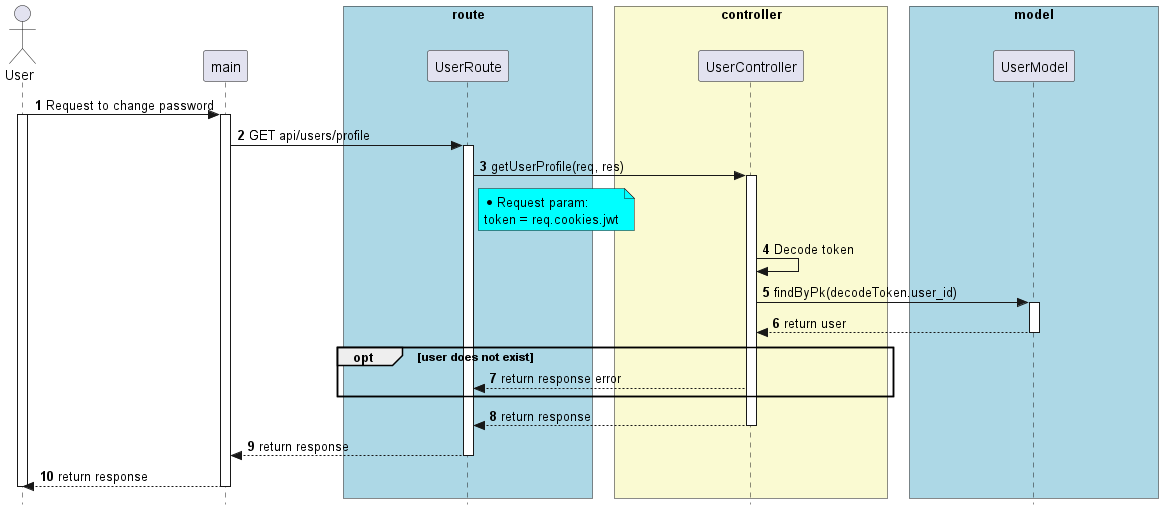
techcomrade/fmECG keeps this PlantUML diagram as latex_thesis/Images/server/sequence/server/getUserProfile.png. Above is the earlier version.
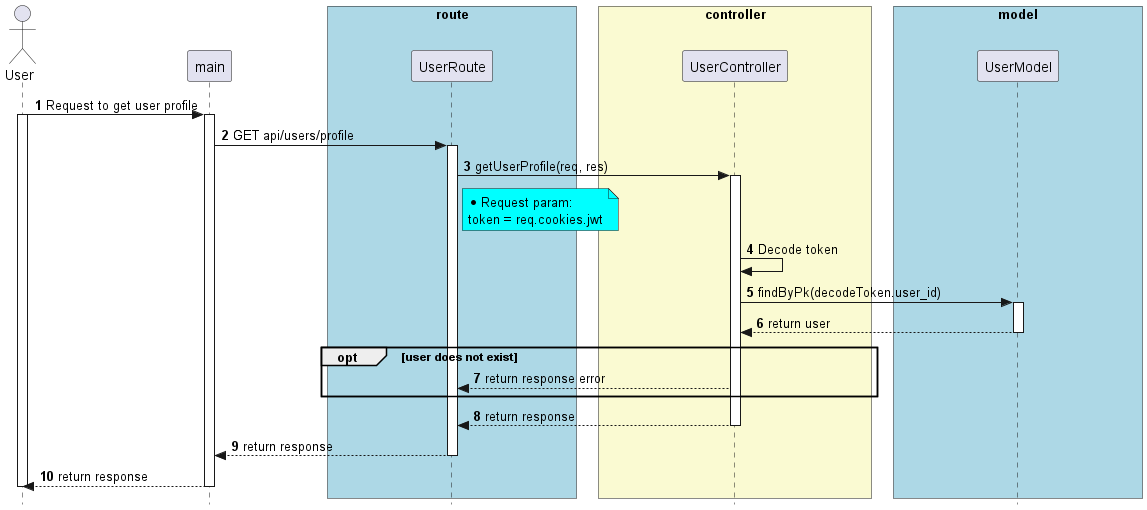
Above is the later version.

Change to the diagram source:
```diff
@@ -36,7 +36,7 @@
 end box
 
 
-User -> main: Request to change password
+User -> main: Request to get user profile
 activate User
 activate main
 
```
